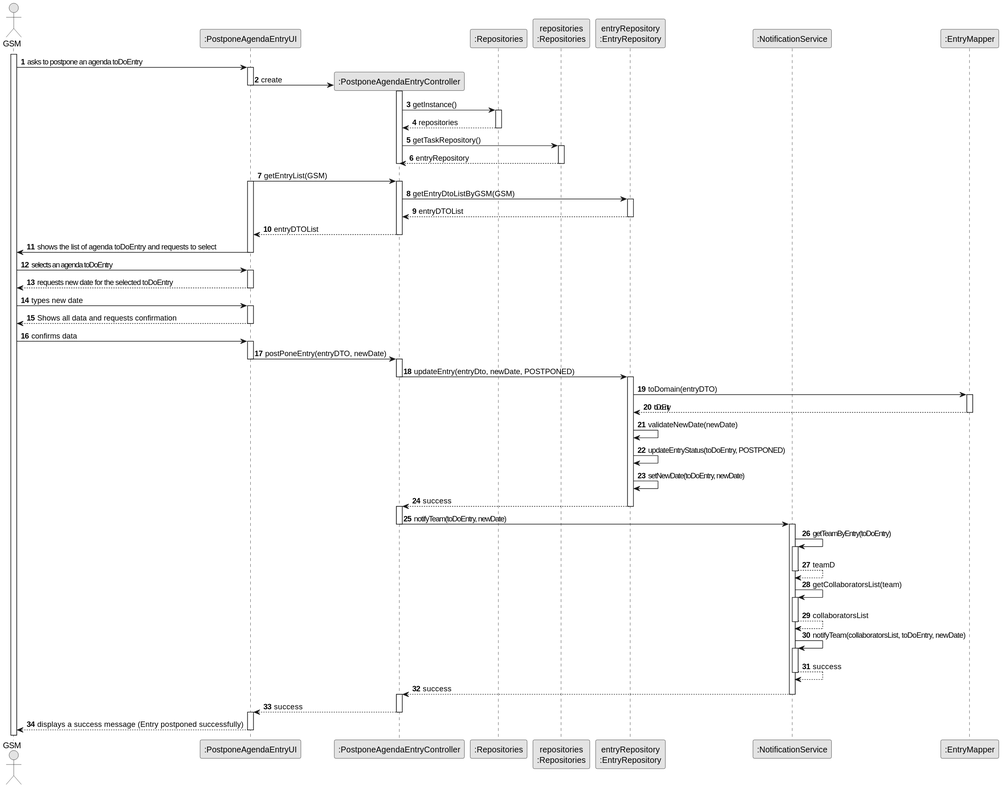
Earlier version of the PlantUML export docs/sprintC/us024/03.design/svg/us024-sequence-diagram-full.svg (ricardomm7/leaflink).
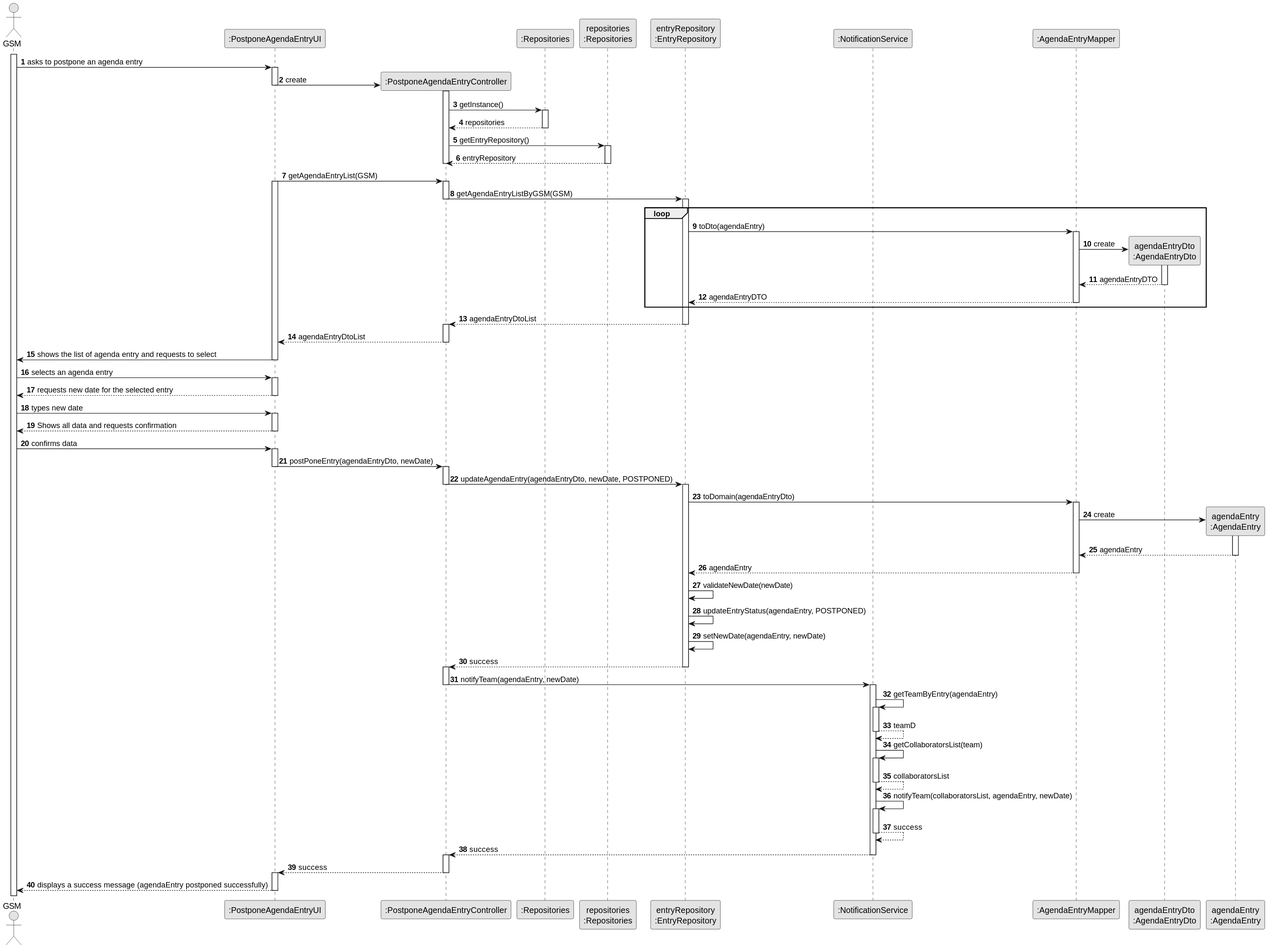
After the commit.

The edit, as a diff of the source:
```diff
@@ -12,7 +12,10 @@
 participant "repositories\n:Repositories" as PLAT
 participant "entryRepository\n:EntryRepository" as EntryRepo
 participant ":NotificationService" as NotificationService
-participant ":EntryMapper" as EntryMapper
+participant ":AgendaEntryMapper" as AgendaEntryMapper
+participant "agendaEntryDto\n:AgendaEntryDto" as AgendaEntryDto
+participant "agendaEntry\n:AgendaEntry" as AgendaEntry
+
 
 
 activate GSM
@@ -30,7 +33,7 @@
                 RepositorySingleton --> CTRL : repositories
             deactivate RepositorySingleton
 
-            CTRL -> PLAT : getTaskRepository()
+            CTRL -> PLAT : getEntryRepository()
             activate PLAT
 
                 PLAT --> CTRL : entryRepository
@@ -40,18 +43,34 @@
 
         deactivate UI
 
-        UI -> CTRL: getEntryList(GSM)
+        UI -> CTRL: getAgendaEntryList(GSM)
         activate UI
         activate CTRL
 
-            CTRL -> EntryRepo: getEntryDtoListByGSM(GSM)
+            CTRL -> EntryRepo: getAgendaEntryListByGSM(GSM)
+            deactivate CTRL
             activate EntryRepo
 
+            loop
 
-            EntryRepo --> CTRL : entryDTOList
+            EntryRepo -> AgendaEntryMapper : toDto(agendaEntry)
+            activate AgendaEntryMapper
+
+                AgendaEntryMapper -> AgendaEntryDto** : create
+                activate AgendaEntryDto
+
+                AgendaEntryDto --> AgendaEntryMapper : agendaEntryDTO
+                deactivate AgendaEntryDto
+
+            AgendaEntryMapper --> EntryRepo : agendaEntryDTO
+            deactivate AgendaEntryMapper
+            end
+
+            EntryRepo --> CTRL : agendaEntryDtoList
             deactivate EntryRepo
+            activate CTRL
 
-            CTRL --> UI : entryDTOList
+            CTRL --> UI : agendaEntryDtoList
         deactivate CTRL
 
         UI -> GSM : shows the list of agenda entry and requests to select
@@ -72,34 +91,42 @@
     GSM -> UI: confirms data
     activate UI
 
-        UI -> CTRL : postPoneEntry(entryDTO, newDate)
+        UI -> CTRL : postPoneEntry(agendaEntryDto, newDate)
         deactivate UI
         activate CTRL
 
 
-            CTRL -> EntryRepo : updateEntry(entryDto, newDate, POSTPONED)
+            CTRL -> EntryRepo : updateAgendaEntry(agendaEntryDto, newDate, POSTPONED)
             deactivate CTRL
             activate EntryRepo
 
-            EntryRepo -> EntryMapper : toDomain(entryDTO)
-            activate EntryMapper
+            EntryRepo -> AgendaEntryMapper : toDomain(agendaEntryDto)
+            activate AgendaEntryMapper
 
-            EntryMapper --> EntryRepo : entry
-            deactivate EntryMapper
+
+                AgendaEntryMapper -> AgendaEntry** : create
+                activate AgendaEntry
+
+                AgendaEntry --> AgendaEntryMapper : agendaEntry
+                deactivate AgendaEntry
+
+
+            AgendaEntryMapper --> EntryRepo : agendaEntry
+            deactivate AgendaEntryMapper
 
                 EntryRepo -> EntryRepo : validateNewDate(newDate)
-                EntryRepo -> EntryRepo : updateEntryStatus(entry, POSTPONED)
-                EntryRepo -> EntryRepo : setNewDate(entry, newDate)
+                EntryRepo -> EntryRepo : updateEntryStatus(agendaEntry, POSTPONED)
+                EntryRepo -> EntryRepo : setNewDate(agendaEntry, newDate)
 
             EntryRepo --> CTRL : success
             deactivate EntryRepo
             activate CTRL
 
-            CTRL -> NotificationService : notifyTeam(entry, newDate)
+            CTRL -> NotificationService : notifyTeam(agendaEntry, newDate)
             deactivate CTRL
             activate NotificationService
 
-                NotificationService -> NotificationService : getTeamByEntry(entry)
+                NotificationService -> NotificationService : getTeamByEntry(agendaEntry)
                 activate NotificationService
 
                 NotificationService --> NotificationService : teamD
@@ -111,7 +138,7 @@
                 NotificationService --> NotificationService : collaboratorsList
                 deactivate NotificationService
 
-                NotificationService -> NotificationService : notifyTeam(collaboratorsList, entry, newDate)
+                NotificationService -> NotificationService : notifyTeam(collaboratorsList, agendaEntry, newDate)
                 activate NotificationService
 
                 NotificationService --> NotificationService : success
@@ -125,6 +152,6 @@
     deactivate CTRL
     activate UI
 
-    UI --> GSM : displays a success message (Entry postponed successfully)
+    UI --> GSM : displays a success message (agendaEntry postponed successfully)
 deactivate UI
 @enduml
```
